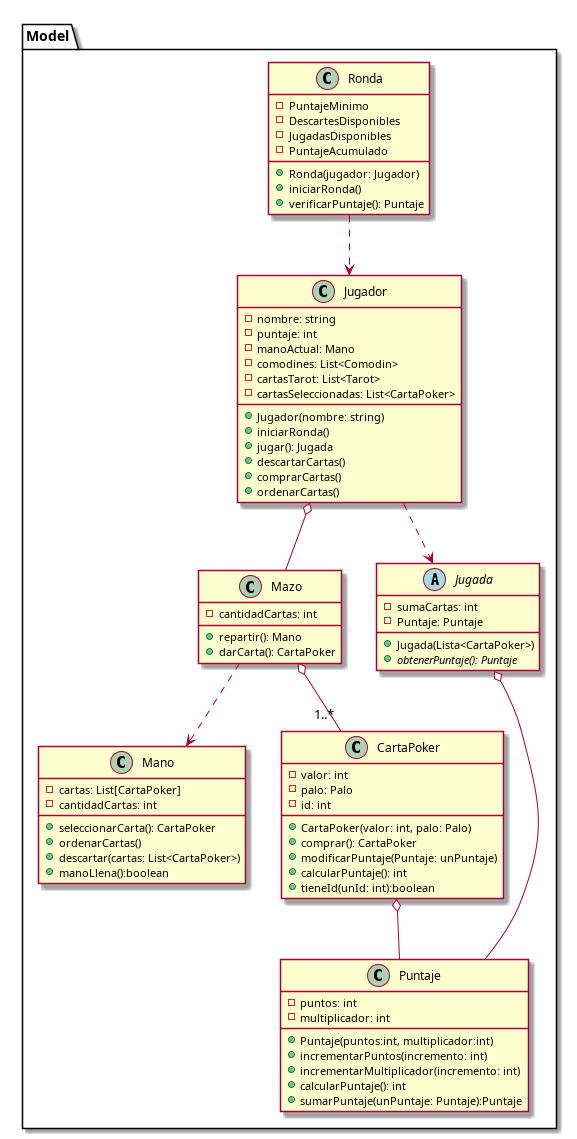
Above: diagrams/classes/clasesBalatro2.png in carruizdiaz1109/UBAlatro (PlantUML), before the change. Its source is kept beside it as diagrams/classes/clasesBalatro2.puml.
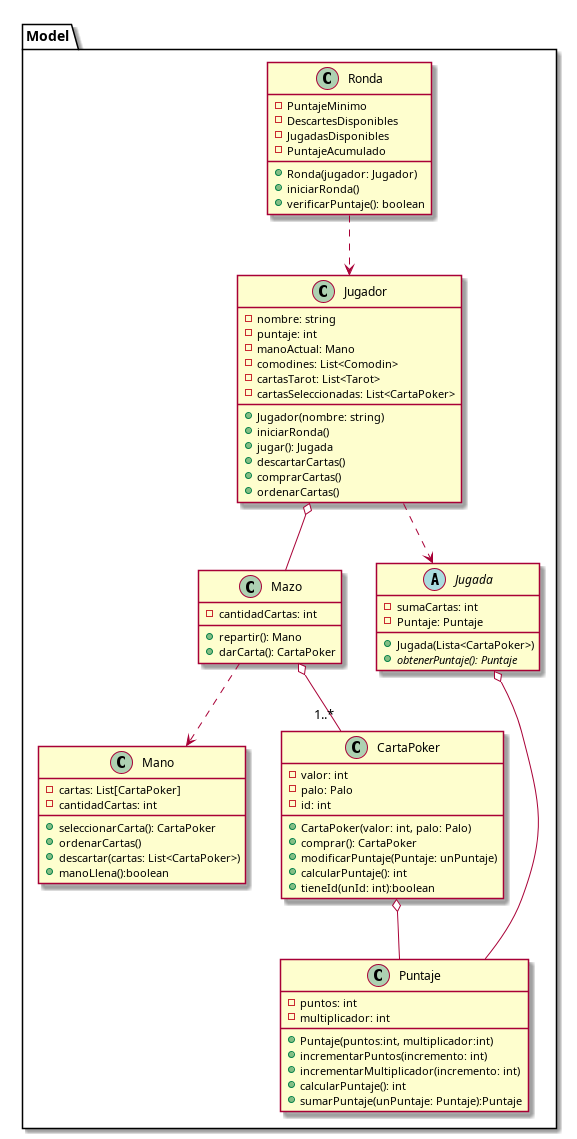
After the commit.

Commit message:
Actualizacion de los diagramas de clase

What changed in the source:
```diff
@@ -61,7 +61,7 @@
     - PuntajeAcumulado
     + Ronda(jugador: Jugador)
     + iniciarRonda()
-    + verificarPuntaje(): Puntaje
+    + verificarPuntaje(): boolean
 }
 
 abstract class Jugada {
```
